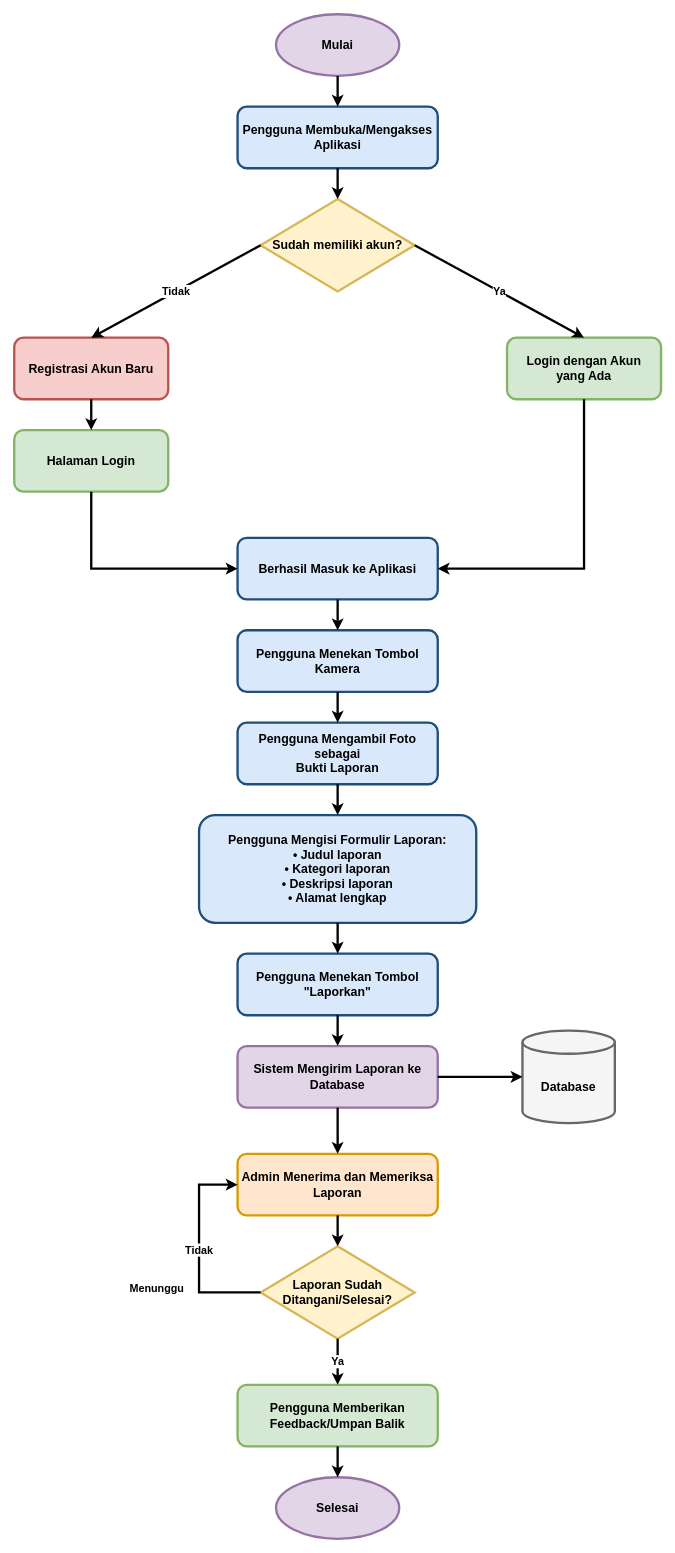
Earlier version of the draw.io diagram flowchart-sistem-dirancang.drawio (mzaedan/laporaja). Source tidied: cells renumbered, new cells numbered last; positions are measured from the earlier drawing's top-left corner, leaving out a move shared by most shapes. Both pictures are drawn from the tidied source at 77%, with x=0, y=0 at pixel (14, 14).
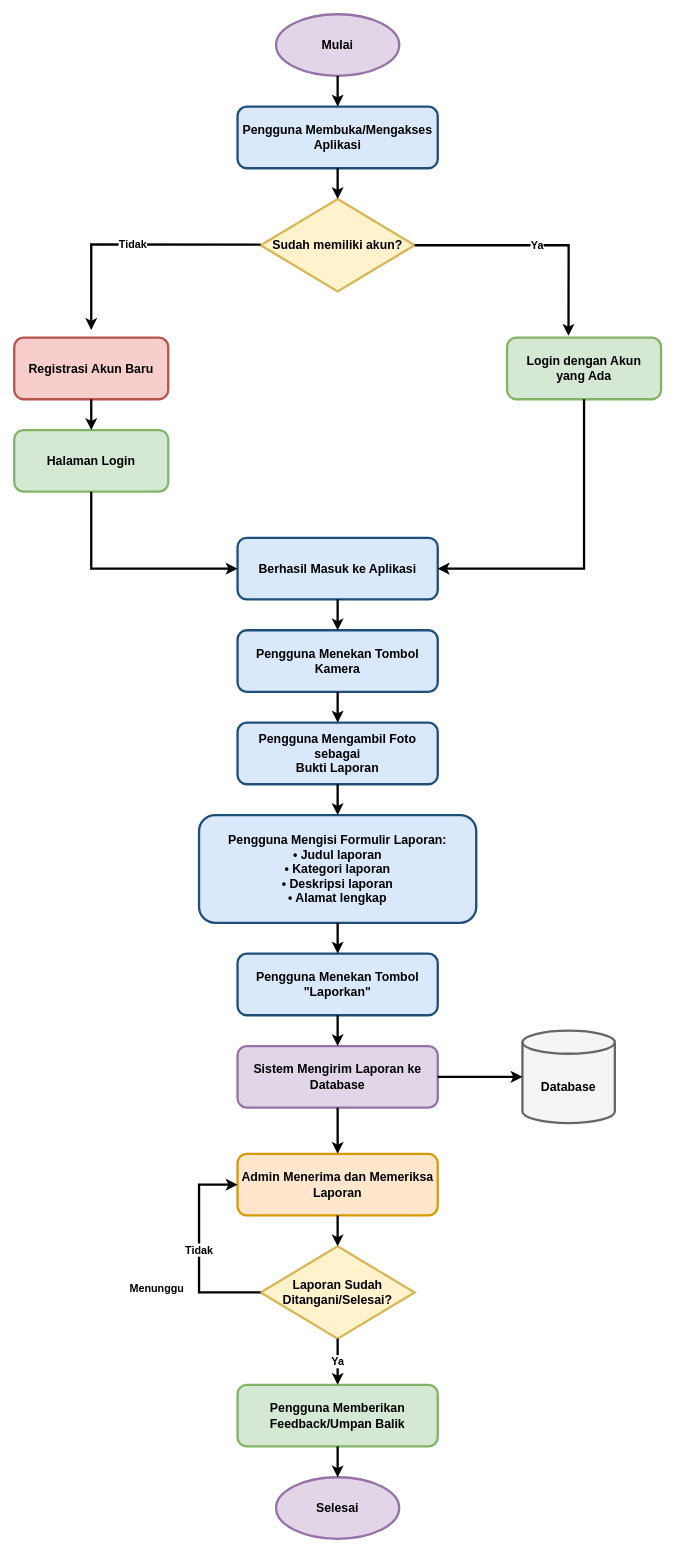
The same diagram, later.

The change refers to these unchanged cells:
```xml
<mxCell id="4" value="Sudah memiliki akun?" style="rhombus;whiteSpace=wrap;html=1;fillColor=#fff2cc;strokeColor=#d6b656;strokeWidth=3;fontSize=16;fontStyle=1;" parent="1" vertex="1">
  <mxGeometry x="320" y="240" width="200" height="120" as="geometry" />
</mxCell>
<mxCell id="5" value="Registrasi Akun Baru" style="rounded=1;whiteSpace=wrap;html=1;fillColor=#f8cecc;strokeColor=#b85450;strokeWidth=3;fontSize=16;fontStyle=1;" parent="1" vertex="1">
  <mxGeometry y="420" width="200" height="80" as="geometry" />
</mxCell>
<mxCell id="6" value="Login dengan Akun&#10;yang Ada" style="rounded=1;whiteSpace=wrap;html=1;fillColor=#d5e8d4;strokeColor=#82b366;strokeWidth=3;fontSize=16;fontStyle=1;" parent="1" vertex="1">
  <mxGeometry x="640" y="420" width="200" height="80" as="geometry" />
</mxCell>
```

Change to the diagram source:
```diff
@@
-    <mxCell id="21" value="Tidak" style="endArrow=classic;html=1;rounded=0;exitX=0;exitY=0.5;exitDx=0;exitDy=0;entryX=0.5;entryY=0;entryDx=0;entryDy=0;strokeWidth=3;fontSize=14;fontStyle=1;" parent="1" edge="1" source="4" target="5">
-      <mxGeometry relative="1" as="geometry" />
+    <mxCell id="21" value="Tidak" style="endArrow=classic;html=1;rounded=0;exitX=0;exitY=0.5;exitDx=0;exitDy=0;strokeWidth=3;fontSize=14;fontStyle=1;" parent="1" edge="1">
+      <mxGeometry relative="1" as="geometry">
+        <mxPoint x="320" y="299.2" as="sourcePoint" />
+        <mxPoint x="100" y="410" as="targetPoint" />
+        <Array as="points">
+          <mxPoint x="100" y="299" />
+        </Array>
+      </mxGeometry>
     </mxCell>
-    <mxCell id="22" value="Ya" style="endArrow=classic;html=1;rounded=0;exitX=1;exitY=0.5;exitDx=0;exitDy=0;entryX=0.5;entryY=0;entryDx=0;entryDy=0;strokeWidth=3;fontSize=14;fontStyle=1;" parent="1" edge="1" source="4" target="6">
-      <mxGeometry relative="1" as="geometry" />
+    <mxCell id="22" value="Ya" style="endArrow=classic;html=1;rounded=0;exitX=1;exitY=0.5;exitDx=0;exitDy=0;strokeWidth=3;fontSize=14;fontStyle=1;entryX=0.399;entryY=-0.031;entryDx=0;entryDy=0;entryPerimeter=0;" parent="1" edge="1" source="4" target="6">
+      <mxGeometry relative="1" as="geometry">
+        <Array as="points">
+          <mxPoint x="720" y="300" />
+        </Array>
+      </mxGeometry>
     </mxCell>
```
